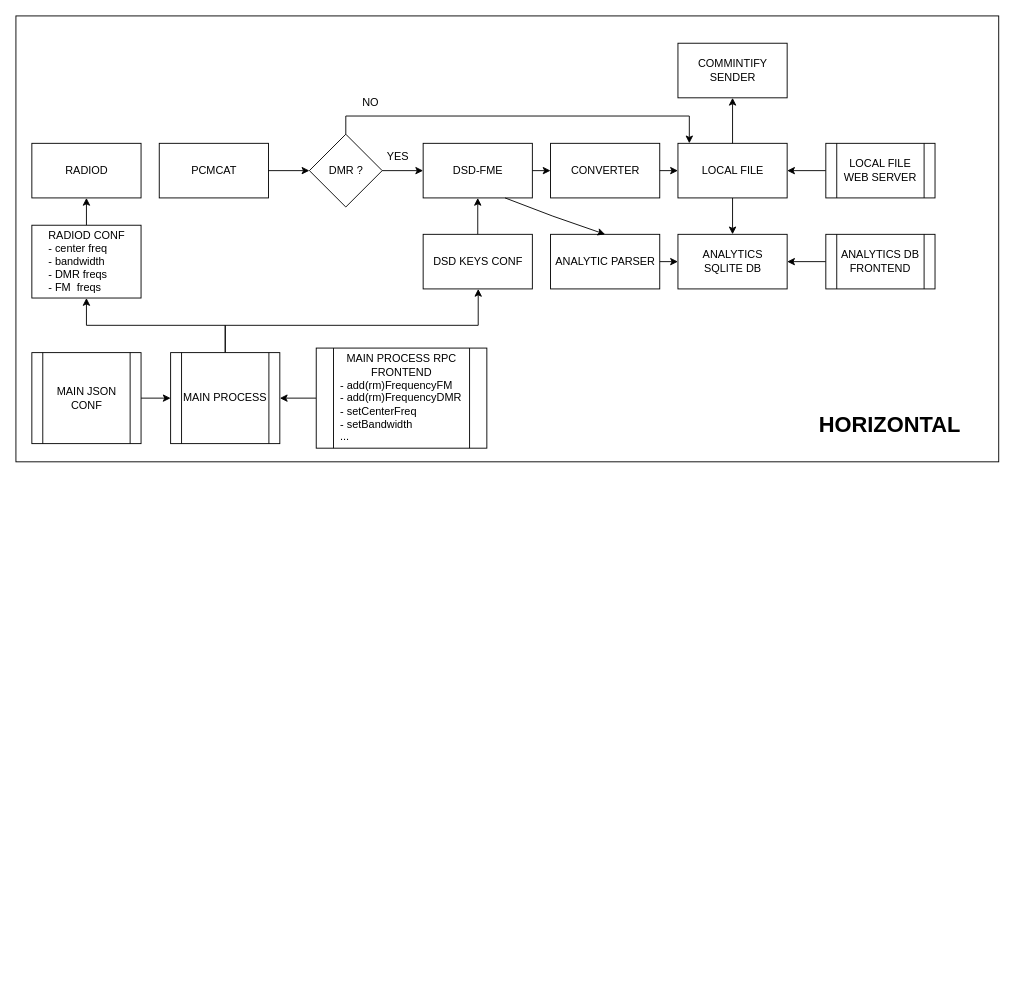
Earlier version of the draw.io diagram Untitled Diagram.drawio (sandric/diagrams). Source tidied: cells renumbered, new cells numbered last; positions are measured from the earlier drawing's top-left corner, leaving out a move shared by most shapes. Both pictures are drawn from the tidied source at 91%, with x=0, y=0 at pixel (15, 15).
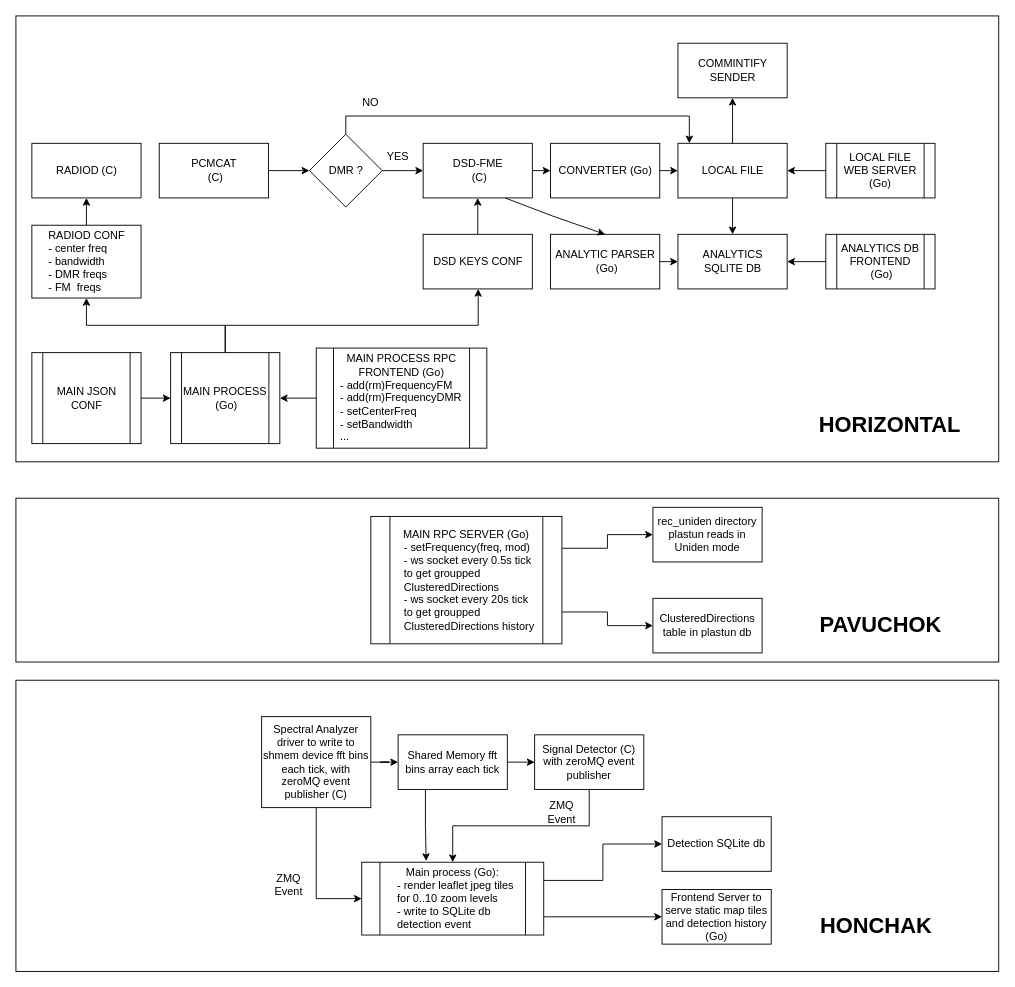
The same diagram, later.

The edit, as a diff of the source:
```diff
@@
-    <mxCell id="2" value="RADIOD" style="rounded=0;whiteSpace=wrap;html=1;" parent="1" vertex="1">
+    <mxCell id="2" value="RADIOD (C)" style="rounded=0;whiteSpace=wrap;html=1;" parent="1" vertex="1">
       <mxGeometry x="17.5" y="140" width="120" height="60" as="geometry" />
     </mxCell>
-    <mxCell id="3" value="&lt;div&gt;PCMCAT&lt;/div&gt;" style="rounded=0;whiteSpace=wrap;html=1;" parent="1" vertex="1">
+    <mxCell id="3" value="&lt;div&gt;PCMCAT&lt;/div&gt;&amp;nbsp;(C)" style="rounded=0;whiteSpace=wrap;html=1;" parent="1" vertex="1">
       <mxGeometry x="157.5" y="140" width="120" height="60" as="geometry" />
     </mxCell>
-    <mxCell id="4" value="&lt;div&gt;DSD-FME&lt;/div&gt;" style="rounded=0;whiteSpace=wrap;html=1;" parent="1" vertex="1">
+    <mxCell id="4" value="&lt;div&gt;DSD-FME&lt;/div&gt;&lt;div&gt;&amp;nbsp;(C)&lt;/div&gt;" style="rounded=0;whiteSpace=wrap;html=1;" parent="1" vertex="1">
       <mxGeometry x="447.5" y="140" width="120" height="60" as="geometry" />
     </mxCell>
-    <mxCell id="5" value="CONVERTER" style="rounded=0;whiteSpace=wrap;html=1;" parent="1" vertex="1">
+    <mxCell id="5" value="CONVERTER (Go)" style="rounded=0;whiteSpace=wrap;html=1;" parent="1" vertex="1">
       <mxGeometry x="587.5" y="140" width="120" height="60" as="geometry" />
     </mxCell>
@@
-    <mxCell id="9" value="&lt;div&gt;ANALYTIC PARSER&lt;/div&gt;" style="rounded=0;whiteSpace=wrap;html=1;" parent="1" vertex="1">
+    <mxCell id="9" value="&lt;div&gt;ANALYTIC PARSER&lt;/div&gt;&amp;nbsp;(Go)" style="rounded=0;whiteSpace=wrap;html=1;" parent="1" vertex="1">
       <mxGeometry x="587.5" y="240" width="120" height="60" as="geometry" />
     </mxCell>
@@
-    <mxCell id="30" value="&lt;div&gt;MAIN PROCESS&lt;/div&gt;" style="shape=process;whiteSpace=wrap;html=1;backgroundOutline=1;" parent="1" vertex="1">
+    <mxCell id="30" value="&lt;div&gt;MAIN PROCESS&lt;/div&gt;&amp;nbsp;(Go)" style="shape=process;whiteSpace=wrap;html=1;backgroundOutline=1;" parent="1" vertex="1">
       <mxGeometry x="170" y="370" width="120" height="100" as="geometry" />
     </mxCell>
@@
-    <mxCell id="32" value="&lt;div&gt;MAIN PROCESS RPC FRONTEND&lt;/div&gt;&lt;div align=&quot;left&quot;&gt;&amp;nbsp; - add(rm)FrequencyFM&lt;/div&gt;&lt;div align=&quot;left&quot;&gt;&amp;nbsp; - add(rm)FrequencyDMR&lt;/div&gt;&lt;div align=&quot;left&quot;&gt;&amp;nbsp; - setCenterFreq&lt;/div&gt;&lt;div align=&quot;left&quot;&gt;&amp;nbsp; - setBandwidth&lt;/div&gt;&lt;div align=&quot;left&quot;&gt;&amp;nbsp; ...&lt;br&gt;&lt;/div&gt;" style="shape=process;whiteSpace=wrap;html=1;backgroundOutline=1;" parent="1" vertex="1">
+    <mxCell id="32" value="&lt;div&gt;MAIN PROCESS RPC FRONTEND (Go)&lt;br&gt;&lt;/div&gt;&lt;div align=&quot;left&quot;&gt;&amp;nbsp; - add(rm)FrequencyFM&lt;/div&gt;&lt;div align=&quot;left&quot;&gt;&amp;nbsp; - add(rm)FrequencyDMR&lt;/div&gt;&lt;div align=&quot;left&quot;&gt;&amp;nbsp; - setCenterFreq&lt;/div&gt;&lt;div align=&quot;left&quot;&gt;&amp;nbsp; - setBandwidth&lt;/div&gt;&lt;div align=&quot;left&quot;&gt;&amp;nbsp; ...&lt;br&gt;&lt;/div&gt;" style="shape=process;whiteSpace=wrap;html=1;backgroundOutline=1;" parent="1" vertex="1">
       <mxGeometry x="330" y="365" width="187.5" height="110" as="geometry" />
     </mxCell>
@@
-    <mxCell id="34" value="LOCAL FILE WEB SERVER" style="shape=process;whiteSpace=wrap;html=1;backgroundOutline=1;" parent="1" vertex="1">
+    <mxCell id="34" value="LOCAL FILE WEB SERVER (Go)" style="shape=process;whiteSpace=wrap;html=1;backgroundOutline=1;" parent="1" vertex="1">
       <mxGeometry x="890" y="140" width="120" height="60" as="geometry" />
     </mxCell>
@@
-    <mxCell id="36" value="&lt;div&gt;ANALYTICS DB FRONTEND&lt;/div&gt;" style="shape=process;whiteSpace=wrap;html=1;backgroundOutline=1;" parent="1" vertex="1">
+    <mxCell id="36" value="&lt;div&gt;ANALYTICS DB FRONTEND&lt;/div&gt;&amp;nbsp;(Go)" style="shape=process;whiteSpace=wrap;html=1;backgroundOutline=1;" parent="1" vertex="1">
       <mxGeometry x="890" y="240" width="120" height="60" as="geometry" />
     </mxCell>
@@
+    <mxCell id="39" style="rounded=0;whiteSpace=wrap;html=1;fillColor=none;" parent="1" vertex="1">
+      <mxGeometry y="530" width="1080" height="180" as="geometry" />
+    </mxCell>
+    <mxCell id="40" style="edgeStyle=orthogonalEdgeStyle;rounded=0;jettySize=auto;html=1;exitX=1;exitY=0.25;exitDx=0;exitDy=0;" parent="1" edge="1" source="42" target="43">
+      <mxGeometry relative="1" as="geometry" />
+    </mxCell>
+    <mxCell id="41" style="edgeStyle=orthogonalEdgeStyle;rounded=0;jettySize=auto;html=1;exitX=1;exitY=0.75;exitDx=0;exitDy=0;" parent="1" edge="1" source="42" target="44">
+      <mxGeometry relative="1" as="geometry" />
+    </mxCell>
+    <mxCell id="42" value="MAIN RPC SERVER (Go)&lt;br&gt;&lt;div align=&quot;left&quot;&gt;&amp;nbsp; - setFrequency(freq, mod)&lt;/div&gt;&lt;div align=&quot;left&quot;&gt;&amp;nbsp; - ws socket every 0.5s tick&lt;/div&gt;&lt;div align=&quot;left&quot;&gt;&amp;nbsp; to get groupped&lt;/div&gt;&lt;div align=&quot;left&quot;&gt;&amp;nbsp; ClusteredDirections&lt;/div&gt;&lt;div align=&quot;left&quot;&gt;&amp;nbsp; - ws socket every 20s tick&lt;div align=&quot;left&quot;&gt;&amp;nbsp; to get groupped&lt;/div&gt;&amp;nbsp; ClusteredDirections history&lt;br&gt;&lt;/div&gt;" style="shape=process;whiteSpace=wrap;html=1;backgroundOutline=1;" parent="1" vertex="1">
+      <mxGeometry x="390" y="550" width="210" height="140" as="geometry" />
+    </mxCell>
+    <mxCell id="43" value="&lt;div&gt;rec_uniden directory&lt;/div&gt;&lt;div&gt;plastun reads in&lt;/div&gt;&lt;div&gt;Uniden mode&lt;br&gt;&lt;/div&gt;" style="rounded=0;whiteSpace=wrap;html=1;" parent="1" vertex="1">
+      <mxGeometry x="700" y="540" width="120" height="60" as="geometry" />
+    </mxCell>
+    <mxCell id="44" value="ClusteredDirections table in plastun db" style="rounded=0;whiteSpace=wrap;html=1;" parent="1" vertex="1">
+      <mxGeometry x="700" y="640" width="120" height="60" as="geometry" />
+    </mxCell>
+    <mxCell id="45" value="PAVUCHOK" style="text;strokeColor=none;fillColor=none;html=1;fontSize=24;fontStyle=1;verticalAlign=middle;align=center;" parent="1" vertex="1">
+      <mxGeometry x="900" y="650" width="100" height="40" as="geometry" />
+    </mxCell>
+    <mxCell id="46" style="rounded=0;whiteSpace=wrap;html=1;fillColor=none;" parent="1" vertex="1">
+      <mxGeometry y="730" width="1080" height="320" as="geometry" />
+    </mxCell>
+    <mxCell id="47" style="edgeStyle=orthogonalEdgeStyle;rounded=0;jettySize=auto;html=1;exitX=1;exitY=0.5;exitDx=0;exitDy=0;" parent="1" edge="1" source="49" target="51">
+      <mxGeometry relative="1" as="geometry" />
+    </mxCell>
+    <mxCell id="48" style="edgeStyle=orthogonalEdgeStyle;rounded=0;jettySize=auto;html=1;exitX=0.5;exitY=1;exitDx=0;exitDy=0;entryX=0;entryY=0.5;entryDx=0;entryDy=0;" parent="1" edge="1" source="49" target="56">
+      <mxGeometry relative="1" as="geometry" />
+    </mxCell>
+    <mxCell id="49" value="Spectral Analyzer&lt;br&gt;driver to write to shmem device fft bins each tick, with zeroMQ event publisher (C)" style="rounded=0;whiteSpace=wrap;html=1;" parent="1" vertex="1">
+      <mxGeometry x="270" y="770" width="120" height="100" as="geometry" />
+    </mxCell>
+    <mxCell id="50" style="edgeStyle=orthogonalEdgeStyle;rounded=0;jettySize=auto;html=1;exitX=1;exitY=0.5;exitDx=0;exitDy=0;entryX=0;entryY=0.5;entryDx=0;entryDy=0;" parent="1" edge="1" source="51" target="53">
+      <mxGeometry relative="1" as="geometry" />
+    </mxCell>
+    <mxCell id="51" value="Shared Memory fft bins array each tick" style="rounded=0;whiteSpace=wrap;html=1;" parent="1" vertex="1">
+      <mxGeometry x="420" y="790" width="120" height="60" as="geometry" />
+    </mxCell>
+    <mxCell id="52" style="edgeStyle=orthogonalEdgeStyle;rounded=0;jettySize=auto;html=1;exitX=0.5;exitY=1;exitDx=0;exitDy=0;" parent="1" edge="1" source="53" target="56">
+      <mxGeometry relative="1" as="geometry" />
+    </mxCell>
+    <mxCell id="53" value="Signal Detector (C) with zeroMQ event publisher" style="rounded=0;whiteSpace=wrap;html=1;" parent="1" vertex="1">
+      <mxGeometry x="570" y="790" width="120" height="60" as="geometry" />
+    </mxCell>
+    <mxCell id="54" style="edgeStyle=orthogonalEdgeStyle;rounded=0;jettySize=auto;html=1;exitX=1;exitY=0.25;exitDx=0;exitDy=0;entryX=0;entryY=0.5;entryDx=0;entryDy=0;" parent="1" edge="1" source="56" target="57">
+      <mxGeometry relative="1" as="geometry" />
+    </mxCell>
+    <mxCell id="55" style="edgeStyle=orthogonalEdgeStyle;rounded=0;jettySize=auto;html=1;exitX=1;exitY=0.75;exitDx=0;exitDy=0;entryX=0;entryY=0.5;entryDx=0;entryDy=0;" parent="1" edge="1" source="56" target="58">
+      <mxGeometry relative="1" as="geometry" />
+    </mxCell>
+    <mxCell id="56" value="Main process (Go):&lt;br&gt;&lt;div align=&quot;left&quot;&gt;&amp;nbsp; - render leaflet jpeg tiles&lt;/div&gt;&lt;div align=&quot;left&quot;&gt;&amp;nbsp; for 0..10 zoom levels&lt;/div&gt;&lt;div align=&quot;left&quot;&gt;&amp;nbsp; - write to SQLite db&lt;/div&gt;&lt;div align=&quot;left&quot;&gt;&amp;nbsp; detection event&lt;br&gt;&lt;/div&gt;" style="shape=process;whiteSpace=wrap;html=1;backgroundOutline=1;" parent="1" vertex="1">
+      <mxGeometry x="380" y="930" width="200" height="80" as="geometry" />
+    </mxCell>
+    <mxCell id="57" value="Detection SQLite db" style="rounded=0;whiteSpace=wrap;html=1;" parent="1" vertex="1">
+      <mxGeometry x="710" y="880" width="120" height="60" as="geometry" />
+    </mxCell>
+    <mxCell id="58" value="&lt;div&gt;Frontend Server to serve static map tiles and detection history (Go)&lt;br&gt;&lt;/div&gt;" style="rounded=0;whiteSpace=wrap;html=1;" parent="1" vertex="1">
+      <mxGeometry x="710" y="960" width="120" height="60" as="geometry" />
+    </mxCell>
+    <mxCell id="59" value="ZMQ Event" style="text;html=1;align=center;verticalAlign=middle;whiteSpace=wrap;rounded=0;" parent="1" vertex="1">
+      <mxGeometry x="270" y="940" width="60" height="30" as="geometry" />
+    </mxCell>
+    <mxCell id="60" value="ZMQ Event" style="text;html=1;align=center;verticalAlign=middle;whiteSpace=wrap;rounded=0;" parent="1" vertex="1">
+      <mxGeometry x="570" y="860" width="60" height="30" as="geometry" />
+    </mxCell>
+    <mxCell id="61" style="edgeStyle=orthogonalEdgeStyle;rounded=0;jettySize=auto;html=1;exitX=0.25;exitY=1;exitDx=0;exitDy=0;entryX=0.354;entryY=-0.016;entryDx=0;entryDy=0;entryPerimeter=0;" parent="1" edge="1" source="51" target="56">
+      <mxGeometry relative="1" as="geometry" />
+    </mxCell>
+    <mxCell id="62" value="&lt;div&gt;HONCHAK&lt;/div&gt;" style="text;strokeColor=none;fillColor=none;html=1;fontSize=24;fontStyle=1;verticalAlign=middle;align=center;" parent="1" vertex="1">
+      <mxGeometry x="860" y="980" width="170" height="40" as="geometry" />
+    </mxCell>
```
